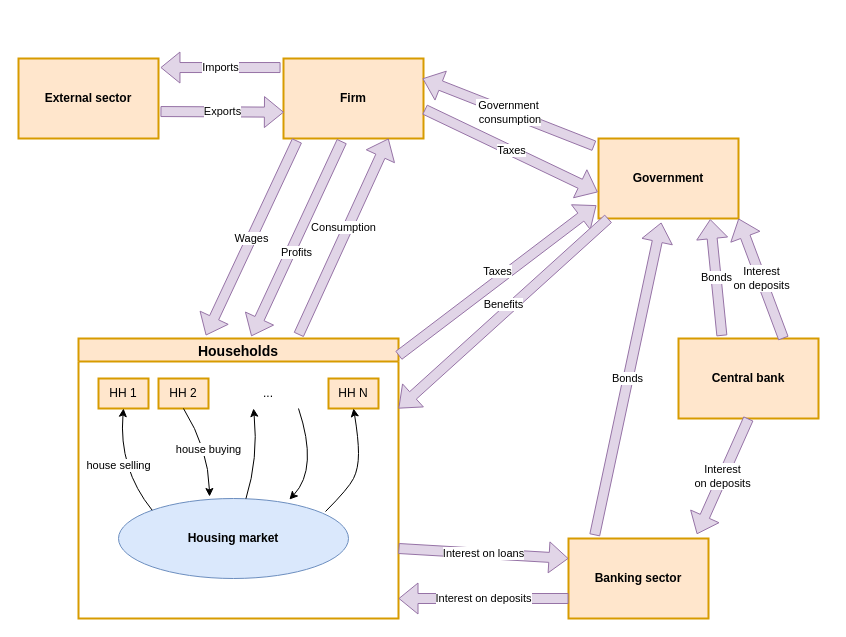
Above: Proposal2023_FlowDiagram.drawio in zauster/draw.io (draw.io), before the change. Source tidied: cells renumbered, new cells numbered last; positions are measured from the earlier drawing's top-left corner, leaving out a move shared by most shapes. Both pictures are drawn from the tidied source at 100%, with x=0, y=0 at pixel (18, 58).
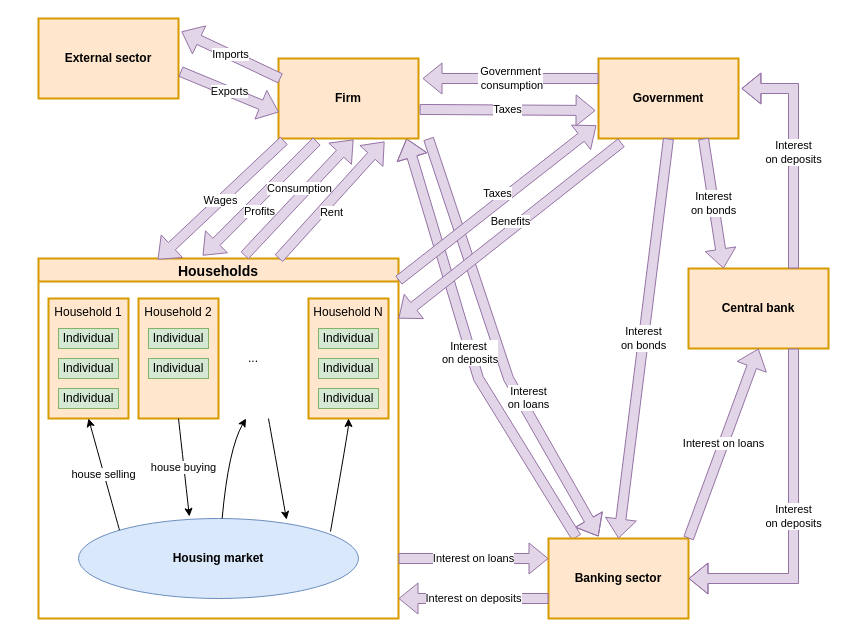
After the change.

What changed in the source:
```diff
@@
+    <mxCell id="33" value="&lt;div&gt;Interest &lt;br&gt;&lt;/div&gt;&lt;div&gt;on loans&lt;/div&gt;" style="endArrow=classic;html=1;rounded=0;entryX=0.357;entryY=-0.025;entryDx=0;entryDy=0;shape=flexArrow;strokeWidth=1;endSize=6;targetPerimeterSpacing=0;fillColor=#e1d5e7;strokeColor=#9673a6;entryPerimeter=0;verticalAlign=top;labelBorderColor=none;fontColor=default;" parent="1" edge="1" target="14">
+      <mxGeometry x="0.21" y="17" relative="1" as="geometry">
+        <mxPoint x="410" y="80" as="sourcePoint" />
+        <Array as="points">
+          <mxPoint x="490" y="320" />
+        </Array>
+      </mxGeometry>
+    </mxCell>
+    <mxCell id="34" value="&lt;div&gt;Interest&lt;/div&gt;&lt;div&gt;&amp;nbsp;on deposits&lt;/div&gt;" style="endArrow=classic;html=1;rounded=0;exitX=0.2;exitY=-0.012;exitDx=0;exitDy=0;shape=flexArrow;strokeWidth=1;endSize=6;targetPerimeterSpacing=0;fillColor=#e1d5e7;strokeColor=#9673a6;startArrow=none;startFill=0;exitPerimeter=0;entryX=0.914;entryY=1;entryDx=0;entryDy=0;entryPerimeter=0;verticalAlign=bottom;labelBorderColor=none;" parent="1" edge="1" source="14" target="15">
+      <mxGeometry x="-0.09" y="7" relative="1" as="geometry">
+        <Array as="points">
+          <mxPoint x="460" y="320" />
+        </Array>
+      </mxGeometry>
+    </mxCell>
     <mxCell id="2" value="Households" style="swimlane;fillColor=#ffe6cc;strokeColor=#d79b00;strokeWidth=2;fontSize=14;startSize=23;" parent="1" vertex="1">
-      <mxGeometry x="60" y="280" width="320" height="280" as="geometry" />
+      <mxGeometry x="20" y="200" width="360" height="360" as="geometry" />
     </mxCell>
-    <mxCell id="3" value="HH 1" style="rounded=0;whiteSpace=wrap;html=1;fillColor=#ffe6cc;strokeColor=#d79b00;strokeWidth=2;" parent="2" vertex="1">
-      <mxGeometry x="20" y="40" width="50" height="30" as="geometry" />
+    <mxCell id="3" value="Household 1" style="rounded=0;whiteSpace=wrap;html=1;fillColor=#ffe6cc;strokeColor=#d79b00;strokeWidth=2;verticalAlign=top;" parent="2" vertex="1">
+      <mxGeometry x="10" y="40" width="80" height="120" as="geometry" />
     </mxCell>
-    <mxCell id="4" value="HH 2" style="rounded=0;whiteSpace=wrap;html=1;fillColor=#ffe6cc;strokeColor=#d79b00;strokeWidth=2;" parent="2" vertex="1">
-      <mxGeometry x="80" y="40" width="50" height="30" as="geometry" />
+    <mxCell id="4" value="Household 2" style="rounded=0;whiteSpace=wrap;html=1;fillColor=#ffe6cc;strokeColor=#d79b00;strokeWidth=2;verticalAlign=top;" parent="2" vertex="1">
+      <mxGeometry x="100" y="40" width="80" height="120" as="geometry" />
     </mxCell>
-    <mxCell id="5" value="HH N" style="rounded=0;whiteSpace=wrap;html=1;fillColor=#ffe6cc;strokeColor=#d79b00;strokeWidth=2;" parent="2" vertex="1">
-      <mxGeometry x="250" y="40" width="50" height="30" as="geometry" />
+    <mxCell id="5" value="Household N" style="rounded=0;whiteSpace=wrap;html=1;fillColor=#ffe6cc;strokeColor=#d79b00;strokeWidth=2;verticalAlign=top;" parent="2" vertex="1">
+      <mxGeometry x="270" y="40" width="80" height="120" as="geometry" />
     </mxCell>
     <mxCell id="6" value="..." style="text;html=1;strokeColor=none;fillColor=none;align=center;verticalAlign=middle;whiteSpace=wrap;rounded=0;" parent="2" vertex="1">
-      <mxGeometry x="160" y="40" width="60" height="30" as="geometry" />
+      <mxGeometry x="200" y="40" width="30" height="120" as="geometry" />
     </mxCell>
     <mxCell id="7" value="&lt;b&gt;Housing market&lt;/b&gt;" style="ellipse;whiteSpace=wrap;html=1;fillColor=#dae8fc;strokeColor=#6c8ebf;" parent="2" vertex="1">
-      <mxGeometry x="40" y="160" width="230" height="80" as="geometry" />
+      <mxGeometry x="40" y="260" width="280" height="80" as="geometry" />
     </mxCell>
     <mxCell id="8" value="house selling" style="curved=1;endArrow=classic;html=1;rounded=0;exitX=0;exitY=0;exitDx=0;exitDy=0;entryX=0.5;entryY=1;entryDx=0;entryDy=0;" parent="2" edge="1" source="7" target="3">
-      <mxGeometry relative="1" as="geometry">
-        <Array as="points">
-          <mxPoint x="40" y="130" />
-        </Array>
-      </mxGeometry>
+      <mxGeometry relative="1" as="geometry" />
     </mxCell>
     <mxCell id="9" style="curved=1;endArrow=classic;html=1;rounded=0;entryX=0.25;entryY=1;entryDx=0;entryDy=0;" parent="2" edge="1" source="7" target="6">
       <mxGeometry relative="1" as="geometry">
         <Array as="points">
-          <mxPoint x="180" y="120" />
+          <mxPoint x="190" y="190" />
         </Array>
       </mxGeometry>
     </mxCell>
     <mxCell id="10" value="house buying" style="curved=1;endArrow=classic;html=1;rounded=0;exitX=0.5;exitY=1;exitDx=0;exitDy=0;entryX=0.396;entryY=-0.025;entryDx=0;entryDy=0;entryPerimeter=0;" parent="2" edge="1" source="4" target="7">
-      <mxGeometry relative="1" as="geometry">
-        <Array as="points">
-          <mxPoint x="130" y="110" />
-        </Array>
-      </mxGeometry>
+      <mxGeometry relative="1" as="geometry" />
     </mxCell>
     <mxCell id="11" style="curved=1;endArrow=classic;html=1;rounded=0;entryX=0.5;entryY=1;entryDx=0;entryDy=0;exitX=0.9;exitY=0.163;exitDx=0;exitDy=0;exitPerimeter=0;" parent="2" edge="1" source="7" target="5">
       <mxGeometry relative="1" as="geometry">
         <Array as="points">
-          <mxPoint x="270" y="150" />
-          <mxPoint x="280" y="130" />
-          <mxPoint x="280" y="100" />
+          <mxPoint x="310" y="170" />
         </Array>
       </mxGeometry>
     </mxCell>
     <mxCell id="12" style="curved=1;endArrow=classic;html=1;rounded=0;entryX=0.743;entryY=0.013;entryDx=0;entryDy=0;entryPerimeter=0;exitX=1;exitY=1;exitDx=0;exitDy=0;" parent="2" edge="1" source="6" target="7">
-      <mxGeometry relative="1" as="geometry">
-        <Array as="points">
-          <mxPoint x="240" y="130" />
-        </Array>
-      </mxGeometry>
+      <mxGeometry relative="1" as="geometry" />
     </mxCell>
+    <mxCell id="35" value="Individual" style="rounded=0;whiteSpace=wrap;html=1;fillColor=#d5e8d4;strokeColor=#82b366;" parent="2" vertex="1">
+      <mxGeometry x="20" y="70" width="60" height="20" as="geometry" />
+    </mxCell>
+    <mxCell id="36" value="Individual" style="rounded=0;whiteSpace=wrap;html=1;fillColor=#d5e8d4;strokeColor=#82b366;" parent="2" vertex="1">
+      <mxGeometry x="20" y="100" width="60" height="20" as="geometry" />
+    </mxCell>
+    <mxCell id="37" value="Individual" style="rounded=0;whiteSpace=wrap;html=1;fillColor=#d5e8d4;strokeColor=#82b366;" parent="2" vertex="1">
+      <mxGeometry x="20" y="130" width="60" height="20" as="geometry" />
+    </mxCell>
+    <mxCell id="38" value="Individual" style="rounded=0;whiteSpace=wrap;html=1;fillColor=#d5e8d4;strokeColor=#82b366;" parent="2" vertex="1">
+      <mxGeometry x="110" y="70" width="60" height="20" as="geometry" />
+    </mxCell>
+    <mxCell id="39" value="Individual" style="rounded=0;whiteSpace=wrap;html=1;fillColor=#d5e8d4;strokeColor=#82b366;" parent="2" vertex="1">
+      <mxGeometry x="110" y="100" width="60" height="20" as="geometry" />
+    </mxCell>
+    <mxCell id="40" value="Individual" style="rounded=0;whiteSpace=wrap;html=1;fillColor=#d5e8d4;strokeColor=#82b366;" parent="2" vertex="1">
+      <mxGeometry x="280" y="70" width="60" height="20" as="geometry" />
+    </mxCell>
+    <mxCell id="41" value="Individual" style="rounded=0;whiteSpace=wrap;html=1;fillColor=#d5e8d4;strokeColor=#82b366;" parent="2" vertex="1">
+      <mxGeometry x="280" y="100" width="60" height="20" as="geometry" />
+    </mxCell>
+    <mxCell id="42" value="Individual" style="rounded=0;whiteSpace=wrap;html=1;fillColor=#d5e8d4;strokeColor=#82b366;" parent="2" vertex="1">
+      <mxGeometry x="280" y="130" width="60" height="20" as="geometry" />
+    </mxCell>
     <mxCell id="13" value="&lt;b&gt;Government&lt;/b&gt;" style="rounded=0;whiteSpace=wrap;html=1;fillColor=#ffe6cc;strokeColor=#d79b00;strokeWidth=2;" parent="1" vertex="1">
-      <mxGeometry x="580" y="80" width="140" height="80" as="geometry" />
+      <mxGeometry x="580" width="140" height="80" as="geometry" />
     </mxCell>
     <mxCell id="14" value="&lt;b&gt;Banking sector&lt;/b&gt;" style="rounded=0;whiteSpace=wrap;html=1;fillColor=#ffe6cc;strokeColor=#d79b00;strokeWidth=2;" parent="1" vertex="1">
-      <mxGeometry x="550" y="480" width="140" height="80" as="geometry" />
+      <mxGeometry x="530" y="480" width="140" height="80" as="geometry" />
     </mxCell>
     <mxCell id="15" value="&lt;b&gt;Firm&lt;/b&gt;" style="rounded=0;whiteSpace=wrap;html=1;fillColor=#ffe6cc;strokeColor=#d79b00;strokeWidth=2;" parent="1" vertex="1">
-      <mxGeometry x="265" width="140" height="80" as="geometry" />
+      <mxGeometry x="260" width="140" height="80" as="geometry" />
     </mxCell>
     <mxCell id="16" value="&lt;b&gt;External sector&lt;/b&gt;" style="rounded=0;whiteSpace=wrap;html=1;fillColor=#ffe6cc;strokeColor=#d79b00;strokeWidth=2;" parent="1" vertex="1">
-      <mxGeometry width="140" height="80" as="geometry" />
+      <mxGeometry x="20" y="-40" width="140" height="80" as="geometry" />
     </mxCell>
-    <mxCell id="17" value="Interest on loans" style="endArrow=classic;html=1;rounded=0;entryX=0;entryY=0.25;entryDx=0;entryDy=0;shape=flexArrow;strokeWidth=1;endSize=6;targetPerimeterSpacing=0;fillColor=#e1d5e7;strokeColor=#9673a6;exitX=1;exitY=0.75;exitDx=0;exitDy=0;" parent="1" edge="1" source="2" target="14">
-      <mxGeometry relative="1" as="geometry" />
+    <mxCell id="17" value="Interest on loans" style="endArrow=classic;html=1;rounded=0;entryX=0;entryY=0.25;entryDx=0;entryDy=0;shape=flexArrow;strokeWidth=1;endSize=6;targetPerimeterSpacing=0;fillColor=#e1d5e7;strokeColor=#9673a6;" parent="1" edge="1" target="14">
+      <mxGeometry relative="1" as="geometry">
+        <mxPoint x="380" y="500" as="sourcePoint" />
+      </mxGeometry>
     </mxCell>
@@
     <mxCell id="19" value="&lt;b&gt;Central bank&lt;/b&gt;" style="rounded=0;whiteSpace=wrap;html=1;fillColor=#ffe6cc;strokeColor=#d79b00;strokeWidth=2;" parent="1" vertex="1">
-      <mxGeometry x="660" y="280" width="140" height="80" as="geometry" />
+      <mxGeometry x="670" y="210" width="140" height="80" as="geometry" />
     </mxCell>
-    <mxCell id="20" value="&lt;div&gt;Interest&lt;/div&gt;&lt;div&gt;on deposits&lt;/div&gt;" style="endArrow=classic;html=1;rounded=0;exitX=0.75;exitY=0;exitDx=0;exitDy=0;shape=flexArrow;strokeWidth=1;endSize=6;targetPerimeterSpacing=0;fillColor=#e1d5e7;strokeColor=#9673a6;startArrow=none;startFill=0;entryX=1;entryY=1;entryDx=0;entryDy=0;" parent="1" edge="1" source="19" target="13">
-      <mxGeometry relative="1" as="geometry" />
+    <mxCell id="20" value="&lt;div&gt;Interest&lt;/div&gt;&lt;div&gt;on deposits&lt;/div&gt;" style="endArrow=classic;html=1;rounded=0;exitX=0.75;exitY=0;exitDx=0;exitDy=0;shape=flexArrow;strokeWidth=1;endSize=6;targetPerimeterSpacing=0;fillColor=#e1d5e7;strokeColor=#9673a6;startArrow=none;startFill=0;entryX=1.021;entryY=0.375;entryDx=0;entryDy=0;entryPerimeter=0;edgeStyle=orthogonalEdgeStyle;" parent="1" edge="1" source="19" target="13">
+      <mxGeometry relative="1" as="geometry">
+        <Array as="points">
+          <mxPoint x="775" y="30" />
+        </Array>
+      </mxGeometry>
     </mxCell>
-    <mxCell id="21" value="Imports" style="endArrow=classic;html=1;rounded=0;exitX=-0.021;exitY=0.113;exitDx=0;exitDy=0;shape=flexArrow;strokeWidth=1;endSize=6;targetPerimeterSpacing=0;fillColor=#e1d5e7;strokeColor=#9673a6;startArrow=none;startFill=0;entryX=1.014;entryY=0.113;entryDx=0;entryDy=0;entryPerimeter=0;exitPerimeter=0;" parent="1" edge="1" source="15" target="16">
-      <mxGeometry relative="1" as="geometry" />
+    <mxCell id="21" value="Imports" style="endArrow=classic;html=1;rounded=0;exitX=-0.021;exitY=0.113;exitDx=0;exitDy=0;shape=flexArrow;strokeWidth=1;endSize=6;targetPerimeterSpacing=0;fillColor=#e1d5e7;strokeColor=#9673a6;startArrow=none;startFill=0;entryX=1.021;entryY=0.163;entryDx=0;entryDy=0;entryPerimeter=0;exitPerimeter=0;" parent="1" edge="1" target="16">
+      <mxGeometry relative="1" as="geometry">
+        <mxPoint x="262.1" y="20" as="sourcePoint" />
+      </mxGeometry>
     </mxCell>
@@
-    <mxCell id="23" value="&lt;div&gt;Government&lt;/div&gt;&lt;div&gt;&amp;nbsp;consumption&lt;/div&gt;" style="endArrow=classic;html=1;rounded=0;exitX=-0.03;exitY=0.092;exitDx=0;exitDy=0;shape=flexArrow;strokeWidth=1;endSize=6;targetPerimeterSpacing=0;fillColor=#e1d5e7;strokeColor=#9673a6;startArrow=none;startFill=0;entryX=1;entryY=0.25;entryDx=0;entryDy=0;exitPerimeter=0;" parent="1" edge="1" source="13">
+    <mxCell id="23" value="&lt;div&gt;Government&lt;/div&gt;&lt;div&gt;&amp;nbsp;consumption&lt;/div&gt;" style="endArrow=classic;html=1;rounded=0;exitX=0;exitY=0.25;exitDx=0;exitDy=0;shape=flexArrow;strokeWidth=1;endSize=6;targetPerimeterSpacing=0;fillColor=#e1d5e7;strokeColor=#9673a6;startArrow=none;startFill=0;entryX=1;entryY=0.25;entryDx=0;entryDy=0;" parent="1" edge="1" source="13">
       <mxGeometry relative="1" as="geometry">
         <mxPoint x="404" y="20" as="targetPoint" />
       </mxGeometry>
     </mxCell>
-    <mxCell id="24" value="Taxes" style="endArrow=classic;html=1;rounded=0;exitX=1.008;exitY=0.637;exitDx=0;exitDy=0;shape=flexArrow;strokeWidth=1;endSize=6;targetPerimeterSpacing=0;fillColor=#e1d5e7;strokeColor=#9673a6;startArrow=none;startFill=0;entryX=-0.005;entryY=0.671;entryDx=0;entryDy=0;entryPerimeter=0;exitPerimeter=0;" parent="1" edge="1" source="15" target="13">
+    <mxCell id="24" value="Taxes" style="endArrow=classic;html=1;rounded=0;exitX=1.008;exitY=0.637;exitDx=0;exitDy=0;shape=flexArrow;strokeWidth=1;endSize=6;targetPerimeterSpacing=0;fillColor=#e1d5e7;strokeColor=#9673a6;startArrow=none;startFill=0;exitPerimeter=0;entryX=-0.021;entryY=0.65;entryDx=0;entryDy=0;entryPerimeter=0;" parent="1" edge="1" source="15" target="13">
       <mxGeometry relative="1" as="geometry" />
     </mxCell>
-    <mxCell id="25" value="Wages" style="endArrow=classic;html=1;rounded=0;exitX=0.097;exitY=1.025;exitDx=0;exitDy=0;shape=flexArrow;strokeWidth=1;endSize=6;targetPerimeterSpacing=0;fillColor=#e1d5e7;strokeColor=#9673a6;startArrow=none;startFill=0;entryX=0.398;entryY=-0.011;entryDx=0;entryDy=0;entryPerimeter=0;exitPerimeter=0;" parent="1" edge="1" source="15" target="2">
-      <mxGeometry relative="1" as="geometry" />
+    <mxCell id="25" value="Wages" style="endArrow=classic;html=1;rounded=0;exitX=0.097;exitY=1.025;exitDx=0;exitDy=0;shape=flexArrow;strokeWidth=1;endSize=6;targetPerimeterSpacing=0;fillColor=#e1d5e7;strokeColor=#9673a6;startArrow=none;startFill=0;entryX=0.331;entryY=0.003;entryDx=0;entryDy=0;entryPerimeter=0;exitPerimeter=0;" parent="1" edge="1" target="2">
+      <mxGeometry relative="1" as="geometry">
+        <mxPoint x="265.6" y="82" as="sourcePoint" />
+      </mxGeometry>
     </mxCell>
-    <mxCell id="26" value="&lt;div&gt;Profits&lt;/div&gt;" style="endArrow=classic;html=1;rounded=0;shape=flexArrow;strokeWidth=1;endSize=6;targetPerimeterSpacing=0;fillColor=#e1d5e7;strokeColor=#9673a6;startArrow=none;startFill=0;entryX=0.54;entryY=-0.008;entryDx=0;entryDy=0;entryPerimeter=0;exitX=0.417;exitY=1.033;exitDx=0;exitDy=0;exitPerimeter=0;verticalAlign=top;" parent="1" edge="1" source="15" target="2">
-      <mxGeometry relative="1" as="geometry" />
+    <mxCell id="26" value="&lt;div&gt;Profits&lt;/div&gt;" style="endArrow=classic;html=1;rounded=0;shape=flexArrow;strokeWidth=1;endSize=6;targetPerimeterSpacing=0;fillColor=#e1d5e7;strokeColor=#9673a6;startArrow=none;startFill=0;entryX=0.456;entryY=-0.008;entryDx=0;entryDy=0;entryPerimeter=0;exitX=0.417;exitY=1.033;exitDx=0;exitDy=0;exitPerimeter=0;verticalAlign=top;" parent="1" edge="1" target="2">
+      <mxGeometry relative="1" as="geometry">
+        <mxPoint x="298.4" y="82.6" as="sourcePoint" />
+      </mxGeometry>
     </mxCell>
-    <mxCell id="27" value="&lt;div&gt;Consumption&lt;/div&gt;" style="endArrow=classic;html=1;rounded=0;shape=flexArrow;strokeWidth=1;endSize=6;targetPerimeterSpacing=0;fillColor=#e1d5e7;strokeColor=#9673a6;startArrow=none;startFill=0;entryX=0.75;entryY=1;entryDx=0;entryDy=0;exitX=0.688;exitY=-0.013;exitDx=0;exitDy=0;exitPerimeter=0;verticalAlign=bottom;" parent="1" edge="1" source="2" target="15">
-      <mxGeometry relative="1" as="geometry" />
+    <mxCell id="27" value="&lt;div&gt;Consumption&lt;/div&gt;" style="endArrow=classic;html=1;rounded=0;shape=flexArrow;strokeWidth=1;endSize=6;targetPerimeterSpacing=0;fillColor=#e1d5e7;strokeColor=#9673a6;startArrow=none;startFill=0;entryX=0.75;entryY=1;entryDx=0;entryDy=0;verticalAlign=bottom;exitX=0.572;exitY=-0.008;exitDx=0;exitDy=0;exitPerimeter=0;" parent="1" edge="1" source="2">
+      <mxGeometry relative="1" as="geometry">
+        <mxPoint x="335" y="81" as="targetPoint" />
+      </mxGeometry>
     </mxCell>
-    <mxCell id="28" value="Bonds" style="endArrow=classic;html=1;rounded=0;exitX=0.187;exitY=-0.04;exitDx=0;exitDy=0;shape=flexArrow;strokeWidth=1;endSize=6;targetPerimeterSpacing=0;fillColor=#e1d5e7;strokeColor=#9673a6;startArrow=none;startFill=0;entryX=0.448;entryY=1.05;entryDx=0;entryDy=0;entryPerimeter=0;exitPerimeter=0;sourcePerimeterSpacing=0;startSize=0;" parent="1" edge="1" source="14" target="13">
+    <mxCell id="28" value="&lt;div&gt;Interest&lt;/div&gt;&lt;div&gt;on bonds&lt;br&gt;&lt;/div&gt;" style="endArrow=classic;html=1;rounded=0;shape=flexArrow;strokeWidth=1;endSize=6;targetPerimeterSpacing=0;fillColor=#e1d5e7;strokeColor=#9673a6;startArrow=none;startFill=0;entryX=0.5;entryY=0;entryDx=0;entryDy=0;sourcePerimeterSpacing=0;startSize=0;exitX=0.5;exitY=1;exitDx=0;exitDy=0;" parent="1" edge="1" source="13" target="14">
       <mxGeometry relative="1" as="geometry" />
     </mxCell>
-    <mxCell id="29" value="Bonds" style="endArrow=classic;html=1;rounded=0;exitX=0.31;exitY=-0.033;exitDx=0;exitDy=0;shape=flexArrow;strokeWidth=1;endSize=6;targetPerimeterSpacing=0;fillColor=#e1d5e7;strokeColor=#9673a6;startArrow=none;startFill=0;exitPerimeter=0;sourcePerimeterSpacing=0;startSize=0;entryX=0.798;entryY=1.008;entryDx=0;entryDy=0;entryPerimeter=0;" parent="1" edge="1" source="19" target="13">
-      <mxGeometry relative="1" as="geometry" />
-    </mxCell>
@@
-    <mxCell id="31" value="&lt;div&gt;Benefits&lt;/div&gt;" style="endArrow=classic;html=1;rounded=0;strokeWidth=1;targetPerimeterSpacing=0;fillColor=#e1d5e7;strokeColor=#9673a6;startArrow=none;startFill=0;exitX=0.071;exitY=1;exitDx=0;exitDy=0;exitPerimeter=0;verticalAlign=bottom;entryX=1;entryY=0.25;entryDx=0;entryDy=0;shape=flexArrow;" parent="1" edge="1" source="13" target="2">
-      <mxGeometry relative="1" as="geometry" />
+    <mxCell id="31" value="&lt;div&gt;Benefits&lt;/div&gt;" style="endArrow=classic;html=1;rounded=0;strokeWidth=1;targetPerimeterSpacing=0;fillColor=#e1d5e7;strokeColor=#9673a6;startArrow=none;startFill=0;verticalAlign=bottom;shape=flexArrow;exitX=0.164;exitY=1.05;exitDx=0;exitDy=0;exitPerimeter=0;" parent="1" edge="1" source="13">
+      <mxGeometry relative="1" as="geometry">
+        <mxPoint x="380" y="260" as="targetPoint" />
+      </mxGeometry>
     </mxCell>
-    <mxCell id="32" value="&lt;div&gt;Interest&lt;/div&gt;&lt;div&gt;on deposits&lt;/div&gt;" style="endArrow=classic;html=1;rounded=0;exitX=0.5;exitY=1;exitDx=0;exitDy=0;shape=flexArrow;strokeWidth=1;endSize=6;targetPerimeterSpacing=0;fillColor=#e1d5e7;strokeColor=#9673a6;startArrow=none;startFill=0;entryX=0.917;entryY=-0.054;entryDx=0;entryDy=0;entryPerimeter=0;" parent="1" edge="1" source="19" target="14">
+    <mxCell id="32" value="&lt;div&gt;Interest&lt;/div&gt;&lt;div&gt;on deposits&lt;/div&gt;" style="endArrow=classic;html=1;rounded=0;exitX=0.75;exitY=1;exitDx=0;exitDy=0;shape=flexArrow;strokeWidth=1;endSize=6;targetPerimeterSpacing=0;fillColor=#e1d5e7;strokeColor=#9673a6;startArrow=none;startFill=0;entryX=1;entryY=0.5;entryDx=0;entryDy=0;edgeStyle=orthogonalEdgeStyle;" parent="1" edge="1" source="19" target="14">
       <mxGeometry relative="1" as="geometry" />
     </mxCell>
+    <mxCell id="43" value="Interest on loans" style="endArrow=classic;html=1;rounded=0;entryX=0.5;entryY=1;entryDx=0;entryDy=0;shape=flexArrow;strokeWidth=1;endSize=6;targetPerimeterSpacing=0;fillColor=#e1d5e7;strokeColor=#9673a6;exitX=1;exitY=0;exitDx=0;exitDy=0;" parent="1" edge="1" source="14" target="19">
+      <mxGeometry relative="1" as="geometry" />
+    </mxCell>
+    <mxCell id="44" value="&lt;div&gt;Interest&lt;/div&gt;&lt;div&gt;on bonds&lt;br&gt;&lt;/div&gt;" style="endArrow=classic;html=1;rounded=0;shape=flexArrow;strokeWidth=1;endSize=6;targetPerimeterSpacing=0;fillColor=#e1d5e7;strokeColor=#9673a6;startArrow=none;startFill=0;entryX=0.25;entryY=0;entryDx=0;entryDy=0;sourcePerimeterSpacing=0;startSize=0;exitX=0.75;exitY=1;exitDx=0;exitDy=0;" parent="1" edge="1" source="13" target="19">
+      <mxGeometry relative="1" as="geometry" />
+    </mxCell>
+    <mxCell id="45" value="Rent" style="endArrow=classic;html=1;rounded=0;shape=flexArrow;strokeWidth=1;endSize=6;targetPerimeterSpacing=0;fillColor=#e1d5e7;strokeColor=#9673a6;startArrow=none;startFill=0;exitX=0.667;exitY=0;exitDx=0;exitDy=0;exitPerimeter=0;verticalAlign=top;entryX=0.957;entryY=1.038;entryDx=0;entryDy=0;entryPerimeter=0;" parent="1" edge="1" source="2">
+      <mxGeometry relative="1" as="geometry">
+        <mxPoint x="366" y="83" as="targetPoint" />
+      </mxGeometry>
+    </mxCell>
```
